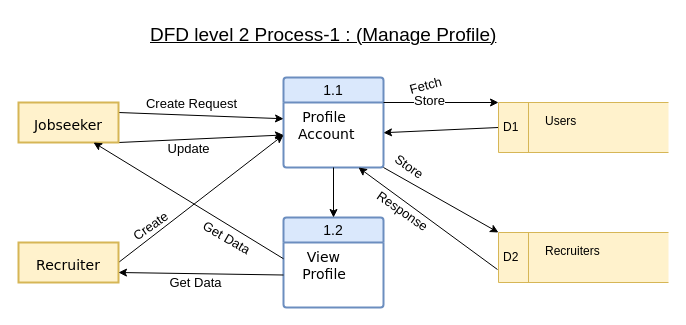
Above: page "Page-6" (6 of 10) of public/uploads/Untitled Diagram.drawio in musaddak7/jobportalbd (draw.io), before the change. Source tidied: cells renumbered, new cells numbered last; positions are measured from the earlier drawing's top-left corner, leaving out a move shared by most shapes. Both pictures are drawn from the tidied source at 100%, with x=0, y=0 at pixel (18, 17).
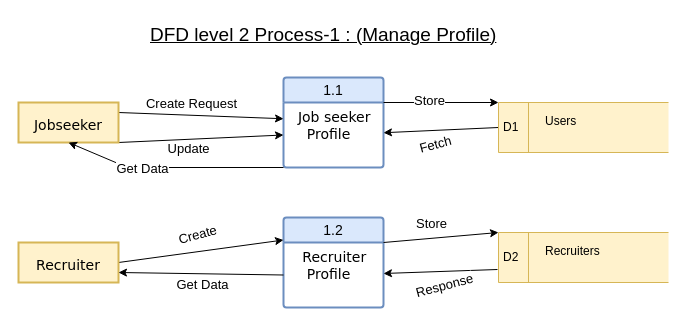
After the change.

Unchanged cells that the change refers to:
```xml
<mxCell id="2" value="1.1" style="swimlane;horizontal=1;startSize=25;rounded=1;fontSize=14;fontStyle=0;strokeWidth=2;shadow=0;dashed=0;align=center;arcSize=4;whiteSpace=wrap;html=1;fillColor=#dae8fc;strokeColor=#6c8ebf;" parent="1" vertex="1">
  <mxGeometry x="265" y="60" width="100" height="90" as="geometry" />
</mxCell>
<mxCell id="4" value="1.2" style="swimlane;horizontal=1;startSize=25;rounded=1;fontSize=14;fontStyle=0;strokeWidth=2;shadow=0;dashed=0;align=center;arcSize=4;whiteSpace=wrap;html=1;fillColor=#dae8fc;strokeColor=#6c8ebf;" parent="1" vertex="1">
  <mxGeometry x="265" y="200" width="100" height="90" as="geometry" />
</mxCell>
<mxCell id="6" style="rounded=0;jettySize=auto;html=1;exitX=1;exitY=0.25;exitDx=0;exitDy=0;entryX=0;entryY=0.25;entryDx=0;entryDy=0;" parent="1" edge="1" source="11" target="3">
  <mxGeometry relative="1" as="geometry" />
</mxCell>
<mxCell id="11" value="&lt;font face=&quot;Verdana&quot; style=&quot;font-size: 14px;&quot;&gt;Jobseeker&lt;/font&gt;" style="whiteSpace=wrap;html=1;align=center;labelBackgroundColor=none;labelBorderColor=none;fontSize=14;spacing=20;spacingTop=6;strokeWidth=2;fillColor=#fff2cc;strokeColor=#d6b656;" parent="1" vertex="1">
  <mxGeometry y="85" width="100" height="40" as="geometry" />
</mxCell>
<mxCell id="13" value="&lt;font face=&quot;Verdana&quot;&gt;Recruiter&lt;/font&gt;" style="whiteSpace=wrap;html=1;align=center;labelBackgroundColor=none;labelBorderColor=none;fontSize=14;spacing=20;spacingTop=6;strokeWidth=2;fillColor=#fff2cc;strokeColor=#d6b656;" parent="1" vertex="1">
  <mxGeometry y="225" width="100" height="40" as="geometry" />
</mxCell>
<mxCell id="20" value="D2" style="html=1;dashed=0;whiteSpace=wrap;shape=mxgraph.dfd.dataStoreID;align=left;spacingLeft=3;points=[[0,0],[0.5,0],[1,0],[0,0.5],[1,0.5],[0,1],[0.5,1],[1,1]];fillColor=#fff2cc;strokeColor=#d6b656;" parent="1" vertex="1">
  <mxGeometry x="480" y="215" width="170" height="50" as="geometry" />
</mxCell>
<mxCell id="22" style="rounded=0;jettySize=auto;html=1;exitX=1;exitY=0;exitDx=0;exitDy=0;entryX=0;entryY=0;entryDx=0;entryDy=0;" parent="1" edge="1" source="3" target="15">
  <mxGeometry relative="1" as="geometry" />
</mxCell>
```

Diff of the diagram source:
```diff
@@
-    <mxCell id="3" value="&lt;div style=&quot;font-size: 14px;&quot;&gt;&lt;font style=&quot;font-size: 14px;&quot; face=&quot;Verdana&quot;&gt;&amp;nbsp;&amp;nbsp; Profile&amp;nbsp;&lt;/font&gt;&lt;/div&gt;&lt;div style=&quot;font-size: 14px;&quot;&gt;&lt;font style=&quot;font-size: 14px;&quot; face=&quot;Verdana&quot;&gt;&amp;nbsp; Account&lt;/font&gt;&lt;br&gt;&lt;/div&gt;" style="align=left;strokeColor=none;fillColor=none;spacingLeft=4;fontSize=12;verticalAlign=top;html=1;" parent="2" vertex="1">
+    <mxCell id="3" value="&lt;div style=&quot;font-size: 14px;&quot;&gt;&lt;font style=&quot;font-size: 14px;&quot; face=&quot;Verdana&quot;&gt;&amp;nbsp; Job seeker&lt;/font&gt;&lt;/div&gt;&lt;div style=&quot;font-size: 14px;&quot;&gt;&lt;font style=&quot;font-size: 14px;&quot; face=&quot;Verdana&quot;&gt;&amp;nbsp; &amp;nbsp; Profile&amp;nbsp;&lt;/font&gt;&lt;/div&gt;&lt;div style=&quot;font-size: 14px;&quot;&gt;&lt;font style=&quot;font-size: 14px;&quot; face=&quot;Verdana&quot;&gt;&amp;nbsp; &lt;/font&gt;&lt;br&gt;&lt;/div&gt;" style="align=left;strokeColor=none;fillColor=none;spacingLeft=4;fontSize=12;verticalAlign=top;html=1;" parent="2" vertex="1">
       <mxGeometry y="25" width="100" height="65" as="geometry" />
     </mxCell>
@@
-    <mxCell id="5" value="&lt;div style=&quot;font-size: 14px;&quot;&gt;&lt;font style=&quot;font-size: 14px;&quot; face=&quot;Verdana&quot;&gt;&amp;nbsp; &amp;nbsp; View&lt;/font&gt;&lt;/div&gt;&lt;div style=&quot;font-size: 14px;&quot;&gt;&lt;font style=&quot;font-size: 14px;&quot; face=&quot;Verdana&quot;&gt;&amp;nbsp;&amp;nbsp; Profile&lt;/font&gt;&lt;font style=&quot;font-size: 14px;&quot;&gt;&lt;br&gt;&lt;/font&gt;&lt;/div&gt;" style="align=left;strokeColor=none;fillColor=none;spacingLeft=4;fontSize=12;verticalAlign=top;html=1;" parent="4" vertex="1">
+    <mxCell id="5" value="&lt;div style=&quot;font-size: 14px;&quot;&gt;&lt;font style=&quot;font-size: 14px;&quot; face=&quot;Verdana&quot;&gt;&amp;nbsp;&amp;nbsp; Recruiter&lt;br&gt;&lt;/font&gt;&lt;/div&gt;&lt;div style=&quot;font-size: 14px;&quot;&gt;&lt;font style=&quot;font-size: 14px;&quot; face=&quot;Verdana&quot;&gt;&amp;nbsp;&amp;nbsp;&amp;nbsp; Profile&lt;/font&gt;&lt;font style=&quot;font-size: 14px;&quot;&gt;&lt;br&gt;&lt;/font&gt;&lt;/div&gt;" style="align=left;strokeColor=none;fillColor=none;spacingLeft=4;fontSize=12;verticalAlign=top;html=1;" parent="4" vertex="1">
       <mxGeometry y="25" width="100" height="65" as="geometry" />
     </mxCell>
@@
-    <mxCell id="8" value="&lt;font style=&quot;font-size: 13px;&quot;&gt;Create&lt;/font&gt;" style="edgeLabel;html=1;align=center;verticalAlign=middle;rotation=-35;" parent="6" vertex="1">
+    <mxCell id="8" value="&lt;font style=&quot;font-size: 13px;&quot;&gt;Create&lt;/font&gt;" style="edgeLabel;html=1;align=center;verticalAlign=middle;rotation=-15;" parent="6" vertex="1">
       <mxGeometry x="-0.11" y="-2" relative="1" as="geometry">
-        <mxPoint x="-42" y="109" as="offset" />
+        <mxPoint x="6" y="117" as="offset" />
       </mxGeometry>
     </mxCell>
@@
-    <mxCell id="12" style="rounded=0;jettySize=auto;html=1;exitX=1;exitY=0.5;exitDx=0;exitDy=0;entryX=0;entryY=0.5;entryDx=0;entryDy=0;" parent="1" edge="1" source="13" target="3">
+    <mxCell id="12" style="rounded=0;jettySize=auto;html=1;exitX=1;exitY=0.5;exitDx=0;exitDy=0;entryX=0;entryY=0.25;entryDx=0;entryDy=0;" parent="1" edge="1" source="13" target="4">
       <mxGeometry relative="1" as="geometry" />
     </mxCell>
@@
-    <mxCell id="17" style="rounded=0;jettySize=auto;html=1;exitX=-0.006;exitY=0.74;exitDx=0;exitDy=0;exitPerimeter=0;entryX=0.75;entryY=1;entryDx=0;entryDy=0;" parent="1" edge="1" source="20" target="3">
+    <mxCell id="17" style="rounded=0;jettySize=auto;html=1;exitX=-0.006;exitY=0.74;exitDx=0;exitDy=0;exitPerimeter=0;entryX=1;entryY=0.477;entryDx=0;entryDy=0;entryPerimeter=0;" parent="1" edge="1" source="20" target="5">
       <mxGeometry relative="1" as="geometry" />
     </mxCell>
-    <mxCell id="18" value="&lt;font style=&quot;font-size: 13px;&quot;&gt;Response&lt;/font&gt;" style="edgeLabel;html=1;align=center;verticalAlign=middle;rotation=35;" parent="17" vertex="1">
+    <mxCell id="18" value="&lt;font style=&quot;font-size: 13px;&quot;&gt;Response&lt;/font&gt;" style="edgeLabel;html=1;align=center;verticalAlign=middle;rotation=-15;" parent="17" vertex="1">
       <mxGeometry x="0.07" y="4" relative="1" as="geometry">
-        <mxPoint x="-19" y="-8" as="offset" />
+        <mxPoint x="7" y="10" as="offset" />
       </mxGeometry>
     </mxCell>
     <mxCell id="19" value="&lt;font style=&quot;font-size: 13px;&quot;&gt;Fetch&lt;/font&gt;" style="edgeLabel;html=1;align=center;verticalAlign=middle;rotation=-15;" parent="17" vertex="1">
       <mxGeometry x="0.07" y="4" relative="1" as="geometry">
-        <mxPoint x="4" y="-133" as="offset" />
+        <mxPoint x="-2" y="-131" as="offset" />
       </mxGeometry>
     </mxCell>
@@
-    <mxCell id="24" value="&lt;font style=&quot;font-size: 13px;&quot;&gt;Store&lt;/font&gt;" style="edgeLabel;html=1;align=center;verticalAlign=middle;rotation=35;" parent="22" vertex="1">
+    <mxCell id="24" value="&lt;font style=&quot;font-size: 13px;&quot;&gt;Store&lt;/font&gt;" style="edgeLabel;html=1;align=center;verticalAlign=middle;rotation=0;" parent="22" vertex="1">
       <mxGeometry x="-0.22" y="3" relative="1" as="geometry">
-        <mxPoint x="-19" y="66" as="offset" />
+        <mxPoint x="2" y="123" as="offset" />
       </mxGeometry>
     </mxCell>
-    <mxCell id="25" style="rounded=0;jettySize=auto;html=1;exitX=1;exitY=1;exitDx=0;exitDy=0;entryX=0;entryY=0;entryDx=0;entryDy=0;" parent="1" edge="1" source="3" target="20">
+    <mxCell id="25" style="rounded=0;jettySize=auto;html=1;exitX=1;exitY=0;exitDx=0;exitDy=0;entryX=0;entryY=0;entryDx=0;entryDy=0;" parent="1" edge="1" source="5" target="20">
       <mxGeometry relative="1" as="geometry" />
     </mxCell>
-    <mxCell id="26" style="rounded=0;jettySize=auto;html=1;exitX=0;exitY=0.25;exitDx=0;exitDy=0;entryX=0.75;entryY=1;entryDx=0;entryDy=0;" parent="1" edge="1" source="5" target="11">
-      <mxGeometry relative="1" as="geometry" />
+    <mxCell id="26" style="rounded=0;jettySize=auto;html=1;exitX=0;exitY=1;exitDx=0;exitDy=0;entryX=0.5;entryY=1;entryDx=0;entryDy=0;" parent="1" edge="1" source="3" target="11">
+      <mxGeometry relative="1" as="geometry">
+        <Array as="points">
+          <mxPoint x="109" y="150" />
+        </Array>
+      </mxGeometry>
     </mxCell>
-    <mxCell id="27" value="&lt;font style=&quot;font-size: 13px;&quot;&gt;Get Data&lt;/font&gt;" style="edgeLabel;html=1;align=center;verticalAlign=middle;rotation=30;" parent="26" vertex="1">
+    <mxCell id="27" value="&lt;font style=&quot;font-size: 13px;&quot;&gt;Get Data&lt;/font&gt;" style="edgeLabel;html=1;align=center;verticalAlign=middle;rotation=0;" parent="26" vertex="1">
       <mxGeometry x="-0.36" y="3" relative="1" as="geometry">
-        <mxPoint x="5" y="13" as="offset" />
+        <mxPoint x="-72" y="-3" as="offset" />
       </mxGeometry>
     </mxCell>
     <mxCell id="28" value="&lt;font style=&quot;font-size: 13px;&quot;&gt;Get Data&lt;/font&gt;" style="edgeLabel;html=1;align=center;verticalAlign=middle;rotation=0;" parent="26" vertex="1">
       <mxGeometry x="-0.36" y="3" relative="1" as="geometry">
-        <mxPoint x="-26" y="58" as="offset" />
+        <mxPoint x="-12" y="113" as="offset" />
       </mxGeometry>
     </mxCell>
-    <mxCell id="29" style="edgeStyle=orthogonalEdgeStyle;rounded=0;jettySize=auto;html=1;exitX=0.5;exitY=1;exitDx=0;exitDy=0;entryX=0.5;entryY=0;entryDx=0;entryDy=0;" parent="1" edge="1" source="3" target="4">
-      <mxGeometry relative="1" as="geometry" />
-    </mxCell>
```
